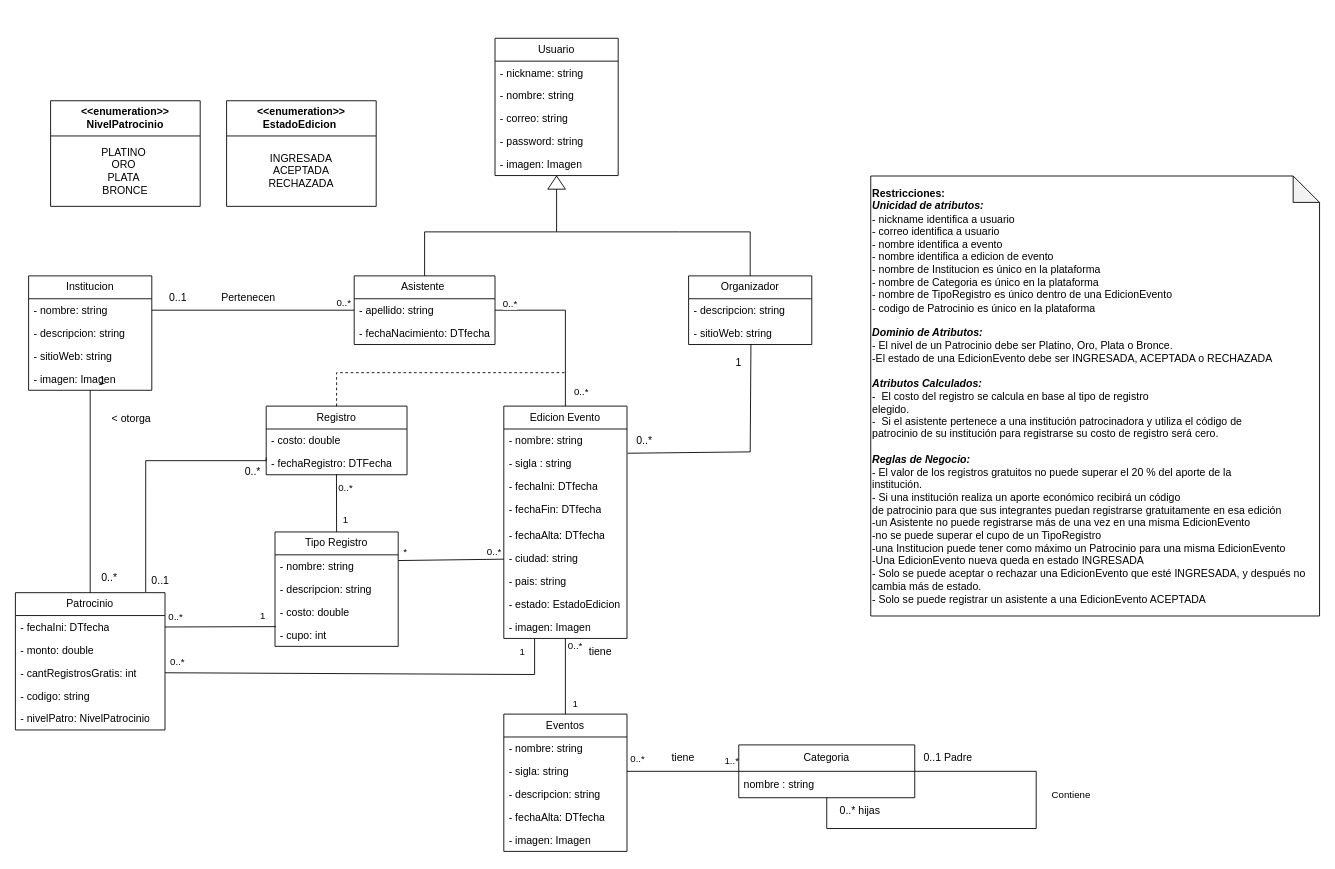
palomacabrera-igl/eventos-uy keeps this draw.io diagram as page "ModeloDeDominio" (1 of 2) of docs/ModeloGeneral.drawio.xml. Above is the earlier version. Source tidied: cells renumbered, new cells numbered last; positions are measured from the earlier drawing's top-left corner, leaving out a move shared by most shapes. Both pictures are drawn from the tidied source at 88%, with x=0, y=0 at pixel (15, 38).
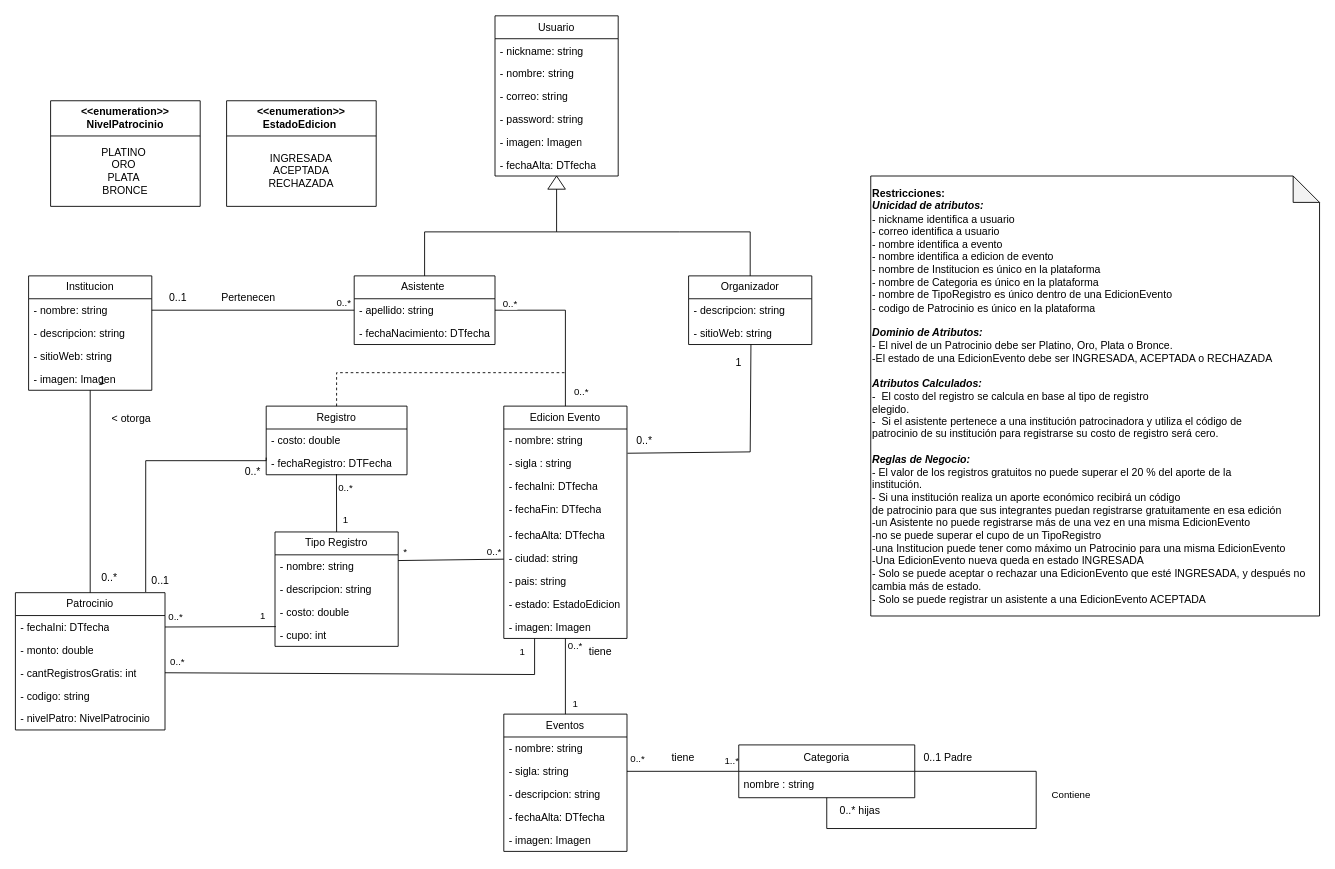
The same page after the edit.

Commit message (it also covers changes not shown here):
Diagrama actualizado

What changed in the source:
```diff
@@
     <mxCell id="2" value="Usuario" style="swimlane;fontStyle=0;horizontal=1;startSize=26;fillColor=none;whiteSpace=wrap;html=1;strokeColor=light-dark(#000000,#FF3333);rounded=0;" parent="1" vertex="1">
-      <mxGeometry x="545" width="140" height="156" as="geometry" />
+      <mxGeometry x="545" y="-25.5" width="140" height="182" as="geometry" />
     </mxCell>
@@
+    <mxCell id="102" value="-&amp;nbsp;fechaAlta: DTfecha" style="text;strokeColor=none;fillColor=none;align=left;verticalAlign=top;spacingLeft=4;spacingRight=4;overflow=hidden;whiteSpace=wrap;html=1;rounded=0;" parent="2" vertex="1">
+      <mxGeometry y="156" width="140" height="26" as="geometry" />
+    </mxCell>
```
